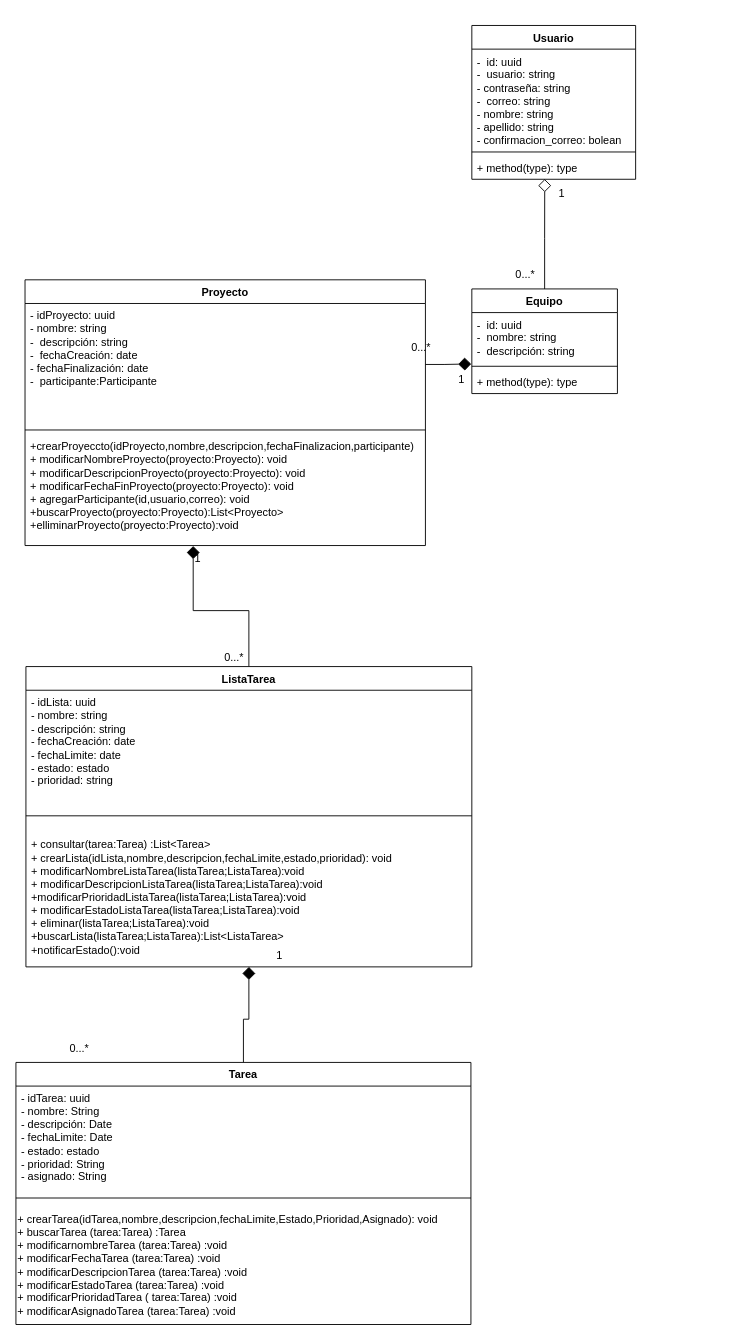
This is page "DiagramaClases8a" (16 of 16) of CoTasker_BoundedContext.drawio from Migue1409-KP/DOO-working-group, a draw.io file, before an edit. Source tidied: cells renumbered, new cells numbered last; positions are measured from the earlier drawing's top-left corner, leaving out a move shared by most shapes. Both pictures are drawn from the tidied source at 91%, with x=0, y=0 at pixel (15, 25).
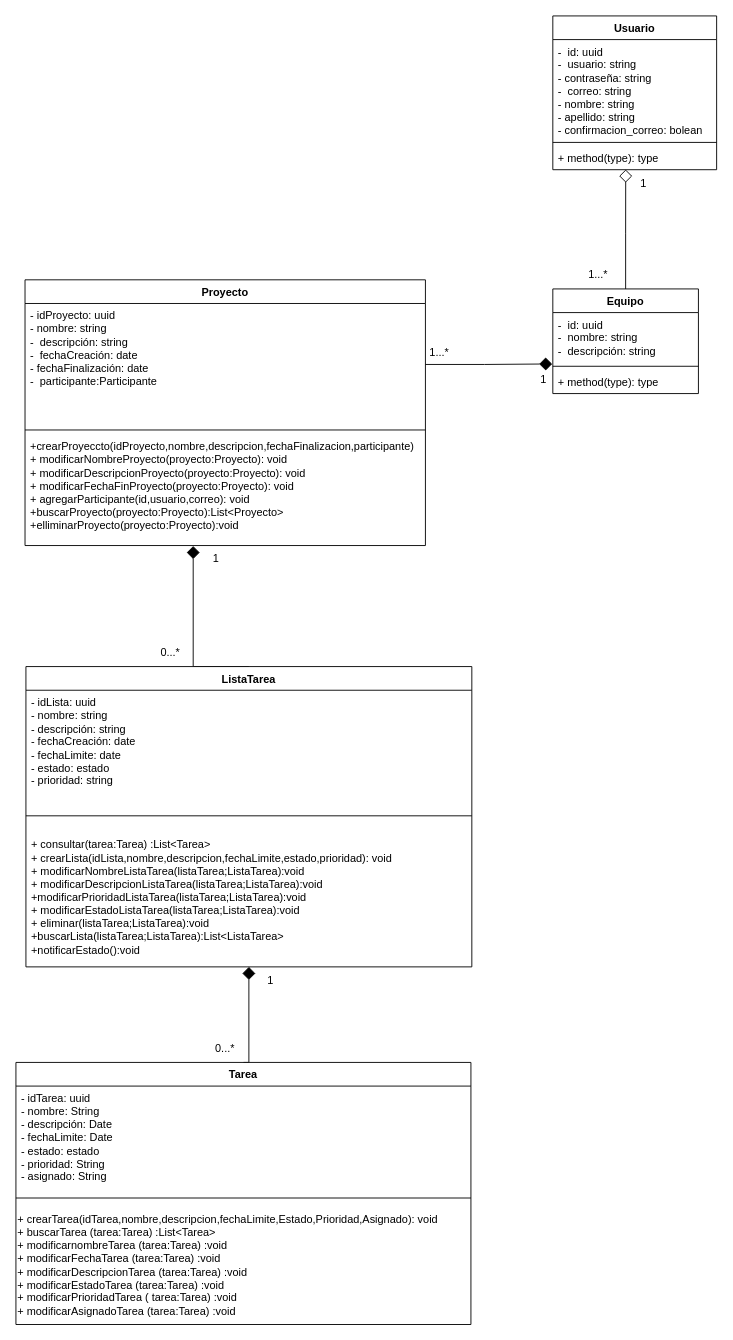
Above is the later version.

Commit message:
se actualiza proyactos

Unchanged cells that the change refers to:
```xml
<mxCell id="7" value="ListaTarea" style="swimlane;fontStyle=1;align=center;verticalAlign=top;horizontal=1;startSize=26;whiteSpace=wrap;html=1;" parent="1" vertex="1">
  <mxGeometry x="11" y="705" width="490" height="330" as="geometry" />
</mxCell>
<mxCell id="10" value="&lt;br&gt;+ consultar(tarea:Tarea) :List&amp;lt;Tarea&amp;gt;&lt;br&gt;+ crearLista(idLista,nombre,descripcion,fechaLimite,estado,prioridad): void&lt;br style=&quot;border-color: var(--border-color);&quot;&gt;+ modificarNombreListaTarea(listaTarea;ListaTarea):void&lt;br style=&quot;border-color: var(--border-color);&quot;&gt;+ modificarDescripcionListaTarea(listaTarea;ListaTarea):void +modificarPrioridadListaTarea(listaTarea;ListaTarea):void&lt;br style=&quot;border-color: var(--border-color);&quot;&gt;+ modificarEstadoListaTarea(listaTarea;ListaTarea):void&lt;br style=&quot;border-color: var(--border-color);&quot;&gt;+ eliminar(listaTarea;ListaTarea):void&lt;br style=&quot;border-color: var(--border-color);&quot;&gt;+buscarLista(listaTarea;ListaTarea):List&amp;lt;ListaTarea&amp;gt;&lt;br style=&quot;border-color: var(--border-color);&quot;&gt;+notificarEstado():void" style="text;strokeColor=none;fillColor=none;align=left;verticalAlign=top;spacingLeft=4;spacingRight=4;overflow=hidden;points=[[0,0.5],[1,0.5]];portConstraint=eastwest;whiteSpace=wrap;html=1;" parent="7" vertex="1">
  <mxGeometry y="168" width="490" height="162" as="geometry" />
</mxCell>
<mxCell id="14" value="+crearProyeccto(idProyecto,nombre,descripcion,fechaFinalizacion,participante)&lt;br&gt;+ modificarNombreProyecto(proyecto:Proyecto): void&lt;br style=&quot;border-color: var(--border-color);&quot;&gt;+ modificarDescripcionProyecto(proyecto:Proyecto): void&lt;br style=&quot;border-color: var(--border-color);&quot;&gt;+ modificarFechaFinProyecto(proyecto:Proyecto): void&lt;br style=&quot;border-color: var(--border-color);&quot;&gt;+ agregarParticipante(id,usuario,correo): void&lt;br style=&quot;border-color: var(--border-color);&quot;&gt;+buscarProyecto(proyecto:Proyecto):List&amp;lt;Proyecto&amp;gt;&lt;br style=&quot;border-color: var(--border-color);&quot;&gt;+elliminarProyecto(proyecto:Proyecto):void" style="text;strokeColor=none;fillColor=none;align=left;verticalAlign=top;spacingLeft=4;spacingRight=4;overflow=hidden;points=[[0,0.5],[1,0.5]];portConstraint=eastwest;whiteSpace=wrap;html=1;" parent="11" vertex="1">
  <mxGeometry y="170" width="440" height="122" as="geometry" />
</mxCell>
<mxCell id="16" value="Tarea" style="swimlane;fontStyle=1;align=center;verticalAlign=top;horizontal=1;startSize=26;whiteSpace=wrap;html=1;" parent="1" vertex="1">
  <mxGeometry y="1140" width="500" height="288" as="geometry" />
</mxCell>
```

The edit, as a diff of the source:
```diff
@@
     <mxCell id="2" value="Usuario" style="swimlane;fontStyle=1;align=center;verticalAlign=top;horizontal=1;startSize=26;whiteSpace=wrap;html=1;" parent="1" vertex="1">
-      <mxGeometry x="501" y="0.5" width="180" height="169" as="geometry" />
+      <mxGeometry x="590" y="-10" width="180" height="169" as="geometry" />
     </mxCell>
@@
     <mxCell id="6" style="edgeStyle=orthogonalEdgeStyle;rounded=0;jettySize=auto;html=1;exitX=0.5;exitY=0;exitDx=0;exitDy=0;entryX=0.42;entryY=1.004;entryDx=0;entryDy=0;entryPerimeter=0;endArrow=diamond;endFill=1;endSize=12;" parent="1" edge="1" source="7" target="14">
-      <mxGeometry relative="1" as="geometry" />
+      <mxGeometry relative="1" as="geometry">
+        <Array as="points">
+          <mxPoint x="195" y="705" />
+        </Array>
+      </mxGeometry>
     </mxCell>
@@
     <mxCell id="15" style="edgeStyle=orthogonalEdgeStyle;rounded=0;jettySize=auto;html=1;exitX=0.5;exitY=0;exitDx=0;exitDy=0;endArrow=diamond;endFill=1;endSize=12;entryX=0.5;entryY=1;entryDx=0;entryDy=0;entryPerimeter=0;" parent="1" edge="1" source="16" target="10">
-      <mxGeometry relative="1" as="geometry" />
+      <mxGeometry relative="1" as="geometry">
+        <Array as="points">
+          <mxPoint x="256" y="1140" />
+        </Array>
+      </mxGeometry>
     </mxCell>
@@
-    <mxCell id="19" value="+ crearTarea(idTarea,nombre,descripcion,fechaLimite,Estado,Prioridad,Asignado): void&lt;br style=&quot;border-color: var(--border-color);&quot;&gt;+ buscarTarea (tarea:Tarea) :Tarea&lt;br style=&quot;border-color: var(--border-color);&quot;&gt;+ modificarnombreTarea (tarea:Tarea&lt;span style=&quot;&quot;&gt;) :void&lt;/span&gt;&lt;br style=&quot;border-color: var(--border-color);&quot;&gt;+ modificarFechaTarea (tarea:Tarea&lt;span style=&quot;&quot;&gt;) :void&lt;/span&gt;&lt;br style=&quot;border-color: var(--border-color);&quot;&gt;+ modificarDescripcionTarea (tarea:Tarea&lt;span style=&quot;&quot;&gt;) :void&lt;/span&gt;&lt;br style=&quot;border-color: var(--border-color);&quot;&gt;+ modificarEstadoTarea (tarea:Tarea&lt;span style=&quot;&quot;&gt;) :void&lt;/span&gt;&lt;br style=&quot;border-color: var(--border-color);&quot;&gt;+ modificarPrioridadTarea (&amp;nbsp;tarea:Tarea&lt;span style=&quot;&quot;&gt;) :void&lt;/span&gt;&lt;br style=&quot;border-color: var(--border-color);&quot;&gt;+ modificarAsignadoTarea (tarea:Tarea&lt;span style=&quot;&quot;&gt;) :void&lt;/span&gt;" style="text;html=1;align=left;verticalAlign=middle;strokeColor=none;fillColor=none;" parent="16" vertex="1">
+    <mxCell id="19" value="+ crearTarea(idTarea,nombre,descripcion,fechaLimite,Estado,Prioridad,Asignado): void&lt;br style=&quot;border-color: var(--border-color);&quot;&gt;+ buscarTarea (tarea:Tarea) :List&amp;lt;Tarea&amp;gt;&lt;br style=&quot;border-color: var(--border-color);&quot;&gt;+ modificarnombreTarea (tarea:Tarea&lt;span style=&quot;&quot;&gt;) :void&lt;/span&gt;&lt;br style=&quot;border-color: var(--border-color);&quot;&gt;+ modificarFechaTarea (tarea:Tarea&lt;span style=&quot;&quot;&gt;) :void&lt;/span&gt;&lt;br style=&quot;border-color: var(--border-color);&quot;&gt;+ modificarDescripcionTarea (tarea:Tarea&lt;span style=&quot;&quot;&gt;) :void&lt;/span&gt;&lt;br style=&quot;border-color: var(--border-color);&quot;&gt;+ modificarEstadoTarea (tarea:Tarea&lt;span style=&quot;&quot;&gt;) :void&lt;/span&gt;&lt;br style=&quot;border-color: var(--border-color);&quot;&gt;+ modificarPrioridadTarea (&amp;nbsp;tarea:Tarea&lt;span style=&quot;&quot;&gt;) :void&lt;/span&gt;&lt;br style=&quot;border-color: var(--border-color);&quot;&gt;+ modificarAsignadoTarea (tarea:Tarea&lt;span style=&quot;&quot;&gt;) :void&lt;/span&gt;" style="text;html=1;align=left;verticalAlign=middle;strokeColor=none;fillColor=none;" parent="16" vertex="1">
       <mxGeometry y="158" width="500" height="130" as="geometry" />
     </mxCell>
@@
     <mxCell id="21" value="Equipo" style="swimlane;fontStyle=1;align=center;verticalAlign=top;horizontal=1;startSize=26;whiteSpace=wrap;html=1;" parent="1" vertex="1">
-      <mxGeometry x="501" y="290" width="160" height="115" as="geometry" />
+      <mxGeometry x="590" y="290" width="160" height="115" as="geometry" />
     </mxCell>
@@
     <mxCell id="26" value="1" style="text;html=1;strokeColor=none;fillColor=none;align=center;verticalAlign=middle;whiteSpace=wrap;rounded=0;" parent="1" vertex="1">
-      <mxGeometry x="170" y="572" width="60" height="30" as="geometry" />
+      <mxGeometry x="190" y="572" width="60" height="30" as="geometry" />
     </mxCell>
     <mxCell id="27" value="0...*" style="text;html=1;strokeColor=none;fillColor=none;align=center;verticalAlign=middle;whiteSpace=wrap;rounded=0;" parent="1" vertex="1">
-      <mxGeometry x="210" y="680" width="60" height="30" as="geometry" />
+      <mxGeometry x="140" y="675" width="60" height="30" as="geometry" />
     </mxCell>
     <mxCell id="28" value="0...*" style="text;html=1;strokeColor=none;fillColor=none;align=center;verticalAlign=middle;whiteSpace=wrap;rounded=0;" parent="1" vertex="1">
-      <mxGeometry x="40" y="1110" width="60" height="30" as="geometry" />
+      <mxGeometry x="200" y="1110" width="60" height="30" as="geometry" />
     </mxCell>
     <mxCell id="29" value="1" style="text;html=1;strokeColor=none;fillColor=none;align=center;verticalAlign=middle;whiteSpace=wrap;rounded=0;" parent="1" vertex="1">
-      <mxGeometry x="260" y="1008" width="60" height="30" as="geometry" />
+      <mxGeometry x="250" y="1035" width="60" height="30" as="geometry" />
     </mxCell>
     <mxCell id="30" value="1" style="text;html=1;strokeColor=none;fillColor=none;align=center;verticalAlign=middle;whiteSpace=wrap;rounded=0;" parent="1" vertex="1">
-      <mxGeometry x="460" y="375" width="60" height="30" as="geometry" />
+      <mxGeometry x="550" y="375" width="60" height="30" as="geometry" />
     </mxCell>
-    <mxCell id="31" value="0...*" style="text;html=1;strokeColor=none;fillColor=none;align=center;verticalAlign=middle;whiteSpace=wrap;rounded=0;" parent="1" vertex="1">
-      <mxGeometry x="420" y="340" width="51" height="30" as="geometry" />
+    <mxCell id="31" value="1...*" style="text;html=1;strokeColor=none;fillColor=none;align=center;verticalAlign=middle;whiteSpace=wrap;rounded=0;" parent="1" vertex="1">
+      <mxGeometry x="440" y="345" width="51" height="30" as="geometry" />
     </mxCell>
     <mxCell id="32" value="1" style="text;html=1;strokeColor=none;fillColor=none;align=center;verticalAlign=middle;whiteSpace=wrap;rounded=0;" parent="1" vertex="1">
-      <mxGeometry x="570" y="169.5" width="60" height="30" as="geometry" />
+      <mxGeometry x="660" y="159" width="60" height="30" as="geometry" />
     </mxCell>
-    <mxCell id="33" value="0...*" style="text;html=1;strokeColor=none;fillColor=none;align=center;verticalAlign=middle;whiteSpace=wrap;rounded=0;" parent="1" vertex="1">
-      <mxGeometry x="530" y="260" width="60" height="30" as="geometry" />
+    <mxCell id="33" value="1...*" style="text;html=1;strokeColor=none;fillColor=none;align=center;verticalAlign=middle;whiteSpace=wrap;rounded=0;" parent="1" vertex="1">
+      <mxGeometry x="610" y="260" width="60" height="30" as="geometry" />
     </mxCell>
```
